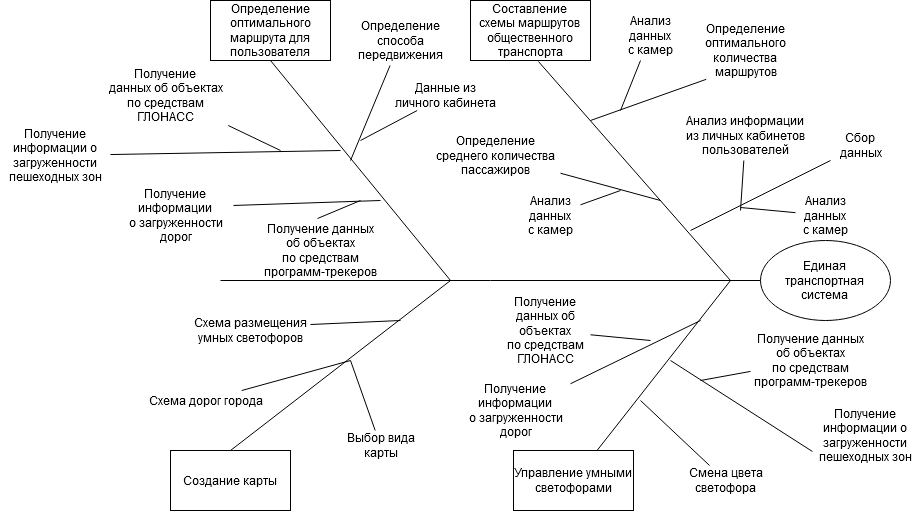
Nadezhda24/Transport-system keeps this draw.io diagram as Дерево_функций.png. Above is the earlier version. Source tidied: cells renumbered, new cells last; positions are measured from the earlier drawing's top-left corner, leaving out a move shared by most shapes. Its diagram source:
```xml
<mxGraphModel>
  <root>
    <mxCell id="0" />
    <mxCell id="1" parent="0" />
    <mxCell id="2" value="Единая &lt;br&gt;транспортная&lt;br&gt;система" style="ellipse;whiteSpace=wrap;html=1;" parent="1" vertex="1">
      <mxGeometry x="760" y="240" width="130" height="80" as="geometry" />
    </mxCell>
    <mxCell id="3" style="endArrow=none;html=1;entryX=0;entryY=0.5;entryDx=0;entryDy=0;" parent="1" edge="1" target="2">
      <mxGeometry relative="1" as="geometry">
        <mxPoint x="220" y="280" as="sourcePoint" />
      </mxGeometry>
    </mxCell>
    <mxCell id="4" value="Составление&lt;br&gt;схемы маршрутов &lt;br&gt;общественного транспорта" style="rounded=0;whiteSpace=wrap;html=1;" parent="1" vertex="1">
      <mxGeometry x="470" width="120" height="60" as="geometry" />
    </mxCell>
    <mxCell id="5" value="Определение оптимального маршрута для пользователя" style="rounded=0;whiteSpace=wrap;html=1;" parent="1" vertex="1">
      <mxGeometry x="210" width="120" height="60" as="geometry" />
    </mxCell>
    <mxCell id="6" value="Управление умными светофорами" style="rounded=0;whiteSpace=wrap;html=1;" parent="1" vertex="1">
      <mxGeometry x="513" y="450" width="120" height="60" as="geometry" />
    </mxCell>
    <mxCell id="7" value="Создание карты" style="rounded=0;whiteSpace=wrap;html=1;" parent="1" vertex="1">
      <mxGeometry x="170" y="450" width="120" height="60" as="geometry" />
    </mxCell>
    <mxCell id="8" style="endArrow=none;html=1;exitX=0.5;exitY=1;exitDx=0;exitDy=0;" parent="1" edge="1" source="5">
      <mxGeometry relative="1" as="geometry">
        <mxPoint x="450" y="280" as="targetPoint" />
      </mxGeometry>
    </mxCell>
    <mxCell id="9" style="endArrow=none;html=1;entryX=0.566;entryY=1.016;entryDx=0;entryDy=0;entryPerimeter=0;" parent="1" edge="1" target="4">
      <mxGeometry relative="1" as="geometry">
        <mxPoint x="730" y="280" as="sourcePoint" />
      </mxGeometry>
    </mxCell>
    <mxCell id="10" style="endArrow=none;html=1;" parent="1" edge="1" target="6">
      <mxGeometry relative="1" as="geometry">
        <mxPoint x="730" y="280" as="sourcePoint" />
      </mxGeometry>
    </mxCell>
    <mxCell id="11" style="endArrow=none;html=1;exitX=0.5;exitY=0;exitDx=0;exitDy=0;" parent="1" edge="1" source="7">
      <mxGeometry relative="1" as="geometry">
        <mxPoint x="450" y="280" as="targetPoint" />
      </mxGeometry>
    </mxCell>
    <mxCell id="12" value="Сбор &lt;br&gt;данных" style="text;html=1;align=center;verticalAlign=middle;points=[];" parent="1" vertex="1">
      <mxGeometry x="830" y="130" width="60" height="30" as="geometry" />
    </mxCell>
    <mxCell id="13" value="Определение &lt;br&gt;среднего количества&lt;br&gt; пассажиров" style="text;html=1;align=center;verticalAlign=middle;points=[];" parent="1" vertex="1">
      <mxGeometry x="430" y="130" width="130" height="50" as="geometry" />
    </mxCell>
    <mxCell id="14" value="Определение &lt;br&gt;оптимального&lt;br&gt;количества &lt;br&gt;маршрутов" style="text;html=1;align=center;verticalAlign=middle;points=[];" parent="1" vertex="1">
      <mxGeometry x="700" y="20" width="90" height="60" as="geometry" />
    </mxCell>
    <mxCell id="15" style="endArrow=none;html=1;entryX=0.064;entryY=0.98;entryDx=0;entryDy=0;entryPerimeter=0;" parent="1" edge="1" target="14">
      <mxGeometry relative="1" as="geometry">
        <mxPoint x="590" y="120" as="sourcePoint" />
      </mxGeometry>
    </mxCell>
    <mxCell id="16" style="endArrow=none;html=1;" parent="1" edge="1" target="12">
      <mxGeometry relative="1" as="geometry">
        <mxPoint x="690" y="230" as="sourcePoint" />
      </mxGeometry>
    </mxCell>
    <mxCell id="17" style="endArrow=none;html=1;" parent="1" edge="1" source="13">
      <mxGeometry relative="1" as="geometry">
        <mxPoint x="660" y="200" as="targetPoint" />
      </mxGeometry>
    </mxCell>
    <mxCell id="18" value="Анализ&lt;br&gt;данных&lt;br&gt;с камер" style="text;html=1;align=center;verticalAlign=middle;points=[];" parent="1" vertex="1">
      <mxGeometry x="795" y="190" width="60" height="50" as="geometry" />
    </mxCell>
    <mxCell id="19" value="Анализ информации&lt;br&gt;из личных кабинетов &lt;br&gt;пользователей" style="text;html=1;align=center;verticalAlign=middle;points=[];" parent="1" vertex="1">
      <mxGeometry x="680" y="110" width="130" height="50" as="geometry" />
    </mxCell>
    <mxCell id="20" style="endArrow=none;html=1;" parent="1" edge="1" target="19">
      <mxGeometry relative="1" as="geometry">
        <mxPoint x="740" y="210" as="sourcePoint" />
      </mxGeometry>
    </mxCell>
    <mxCell id="21" style="endArrow=none;html=1;" parent="1" edge="1" target="18">
      <mxGeometry relative="1" as="geometry">
        <mxPoint x="740" y="207" as="sourcePoint" />
      </mxGeometry>
    </mxCell>
    <mxCell id="22" value="Анализ&lt;br&gt;данных&lt;br&gt;с камер" style="text;html=1;align=center;verticalAlign=middle;points=[];" parent="1" vertex="1">
      <mxGeometry x="520" y="190" width="60" height="50" as="geometry" />
    </mxCell>
    <mxCell id="23" style="endArrow=none;html=1;" parent="1" edge="1" source="22">
      <mxGeometry relative="1" as="geometry">
        <mxPoint x="620" y="190" as="targetPoint" />
      </mxGeometry>
    </mxCell>
    <mxCell id="24" value="Анализ&lt;br&gt;данных&lt;br&gt;с камер" style="text;html=1;align=center;verticalAlign=middle;points=[];" parent="1" vertex="1">
      <mxGeometry x="620" y="10" width="60" height="50" as="geometry" />
    </mxCell>
    <mxCell id="25" style="endArrow=none;html=1;" parent="1" edge="1" target="24">
      <mxGeometry relative="1" as="geometry">
        <mxPoint x="620" y="110" as="sourcePoint" />
      </mxGeometry>
    </mxCell>
    <mxCell id="26" value="Получение&lt;br&gt; информации&lt;br&gt; о загруженности&lt;br&gt;дорог " style="text;html=1;align=center;verticalAlign=middle;points=[];" parent="1" vertex="1">
      <mxGeometry x="460" y="380" width="110" height="60" as="geometry" />
    </mxCell>
    <mxCell id="27" value="Получение&lt;br&gt; информации о &lt;br&gt;загруженности&lt;br&gt; пешеходных зон" style="text;html=1;align=center;verticalAlign=middle;points=[];" parent="1" vertex="1">
      <mxGeometry x="810" y="405" width="110" height="60" as="geometry" />
    </mxCell>
    <mxCell id="28" value="Смена цвета&lt;br&gt; светофора" style="text;html=1;align=center;verticalAlign=middle;points=[];" parent="1" vertex="1">
      <mxGeometry x="680" y="465" width="90" height="30" as="geometry" />
    </mxCell>
    <mxCell id="29" style="endArrow=none;html=1;" parent="1" edge="1" source="26">
      <mxGeometry relative="1" as="geometry">
        <mxPoint x="700" y="320" as="targetPoint" />
      </mxGeometry>
    </mxCell>
    <mxCell id="30" style="endArrow=none;html=1;entryX=0.018;entryY=0.767;entryDx=0;entryDy=0;entryPerimeter=0;" parent="1" edge="1" target="27">
      <mxGeometry relative="1" as="geometry">
        <mxPoint x="670" y="360" as="sourcePoint" />
      </mxGeometry>
    </mxCell>
    <mxCell id="31" style="endArrow=none;html=1;" parent="1" edge="1" target="28">
      <mxGeometry relative="1" as="geometry">
        <mxPoint x="640" y="400" as="sourcePoint" />
      </mxGeometry>
    </mxCell>
    <mxCell id="32" value="Получение&lt;br&gt;данных об &lt;br&gt;объектах&lt;br&gt;по средствам &lt;br&gt;ГЛОНАСС" style="text;html=1;align=center;verticalAlign=middle;points=[];" parent="1" vertex="1">
      <mxGeometry x="500" y="290" width="90" height="80" as="geometry" />
    </mxCell>
    <mxCell id="33" value="Получение данных&lt;br&gt;об объектах&lt;br&gt;по средствам &lt;br&gt;программ-трекеров" style="text;html=1;align=center;verticalAlign=middle;points=[];" parent="1" vertex="1">
      <mxGeometry x="750" y="330" width="120" height="60" as="geometry" />
    </mxCell>
    <mxCell id="34" style="endArrow=none;html=1;" parent="1" edge="1" source="32">
      <mxGeometry relative="1" as="geometry">
        <mxPoint x="650" y="340" as="targetPoint" />
      </mxGeometry>
    </mxCell>
    <mxCell id="35" style="endArrow=none;html=1;" parent="1" edge="1" target="33">
      <mxGeometry relative="1" as="geometry">
        <mxPoint x="700" y="380" as="sourcePoint" />
      </mxGeometry>
    </mxCell>
    <mxCell id="36" value="Определение&lt;br&gt;способа &lt;br&gt;передвижения" style="text;html=1;align=center;verticalAlign=middle;points=[];" parent="1" vertex="1">
      <mxGeometry x="350" y="15" width="100" height="50" as="geometry" />
    </mxCell>
    <mxCell id="37" value="Получение&lt;br&gt;данных об объектах&lt;br&gt;по средствам &lt;br&gt;ГЛОНАСС" style="text;html=1;align=center;verticalAlign=middle;points=[];" parent="1" vertex="1">
      <mxGeometry x="100" y="65" width="130" height="60" as="geometry" />
    </mxCell>
    <mxCell id="38" value="Получение данных&lt;br&gt;об объектах&lt;br&gt;по средствам &lt;br&gt;программ-трекеров" style="text;html=1;align=center;verticalAlign=middle;points=[];" parent="1" vertex="1">
      <mxGeometry x="260" y="220" width="120" height="60" as="geometry" />
    </mxCell>
    <mxCell id="39" value="Получение&lt;br&gt; информации&lt;br&gt; о загруженности&lt;br&gt;дорог " style="text;html=1;align=center;verticalAlign=middle;points=[];" parent="1" vertex="1">
      <mxGeometry x="120" y="185" width="110" height="60" as="geometry" />
    </mxCell>
    <mxCell id="40" value="Получение&lt;br&gt; информации о &lt;br&gt;загруженности&lt;br&gt; пешеходных зон" style="text;html=1;align=center;verticalAlign=middle;points=[];" parent="1" vertex="1">
      <mxGeometry y="125" width="110" height="60" as="geometry" />
    </mxCell>
    <mxCell id="41" style="endArrow=none;html=1;" parent="1" edge="1" source="40">
      <mxGeometry relative="1" as="geometry">
        <mxPoint x="340" y="150" as="targetPoint" />
      </mxGeometry>
    </mxCell>
    <mxCell id="42" style="endArrow=none;html=1;" parent="1" edge="1" target="36">
      <mxGeometry relative="1" as="geometry">
        <mxPoint x="350" y="160" as="sourcePoint" />
      </mxGeometry>
    </mxCell>
    <mxCell id="43" value="Данные из &lt;br&gt;личного кабинета" style="text;html=1;align=center;verticalAlign=middle;points=[];" parent="1" vertex="1">
      <mxGeometry x="390" y="80" width="110" height="30" as="geometry" />
    </mxCell>
    <mxCell id="44" style="endArrow=none;html=1;" parent="1" edge="1" target="43">
      <mxGeometry relative="1" as="geometry">
        <mxPoint x="360" y="140" as="sourcePoint" />
      </mxGeometry>
    </mxCell>
    <mxCell id="45" style="endArrow=none;html=1;" parent="1" edge="1" source="37">
      <mxGeometry relative="1" as="geometry">
        <mxPoint x="280" y="150" as="targetPoint" />
      </mxGeometry>
    </mxCell>
    <mxCell id="46" style="endArrow=none;html=1;exitX=1.027;exitY=0.333;exitDx=0;exitDy=0;exitPerimeter=0;" parent="1" edge="1" source="39">
      <mxGeometry relative="1" as="geometry">
        <mxPoint x="380" y="200" as="targetPoint" />
      </mxGeometry>
    </mxCell>
    <mxCell id="47" style="endArrow=none;html=1;entryX=0.475;entryY=-0.033;entryDx=0;entryDy=0;entryPerimeter=0;" parent="1" edge="1" target="38">
      <mxGeometry relative="1" as="geometry">
        <mxPoint x="360" y="200" as="sourcePoint" />
      </mxGeometry>
    </mxCell>
    <mxCell id="48" value="Схема дорог города" style="text;html=1;align=center;verticalAlign=middle;points=[];" parent="1" vertex="1">
      <mxGeometry x="140" y="390" width="130" height="20" as="geometry" />
    </mxCell>
    <mxCell id="49" value="Схема размещения&lt;br&gt;умных светофоров" style="text;html=1;align=center;verticalAlign=middle;points=[];" parent="1" vertex="1">
      <mxGeometry x="190" y="315" width="120" height="30" as="geometry" />
    </mxCell>
    <mxCell id="50" value="Выбор вида&lt;br&gt; карты" style="text;html=1;align=center;verticalAlign=middle;points=[];" parent="1" vertex="1">
      <mxGeometry x="340" y="430" width="80" height="30" as="geometry" />
    </mxCell>
    <mxCell id="51" style="endArrow=none;html=1;exitX=1;exitY=0.3;exitDx=0;exitDy=0;exitPerimeter=0;" parent="1" edge="1" source="49">
      <mxGeometry relative="1" as="geometry">
        <mxPoint x="400" y="320" as="targetPoint" />
      </mxGeometry>
    </mxCell>
    <mxCell id="52" style="endArrow=none;html=1;" parent="1" edge="1" source="48">
      <mxGeometry relative="1" as="geometry">
        <mxPoint x="350" y="360" as="targetPoint" />
      </mxGeometry>
    </mxCell>
    <mxCell id="53" style="endArrow=none;html=1;" parent="1" edge="1" source="50">
      <mxGeometry relative="1" as="geometry">
        <mxPoint x="350" y="360" as="targetPoint" />
      </mxGeometry>
    </mxCell>
  </root>
</mxGraphModel>
```
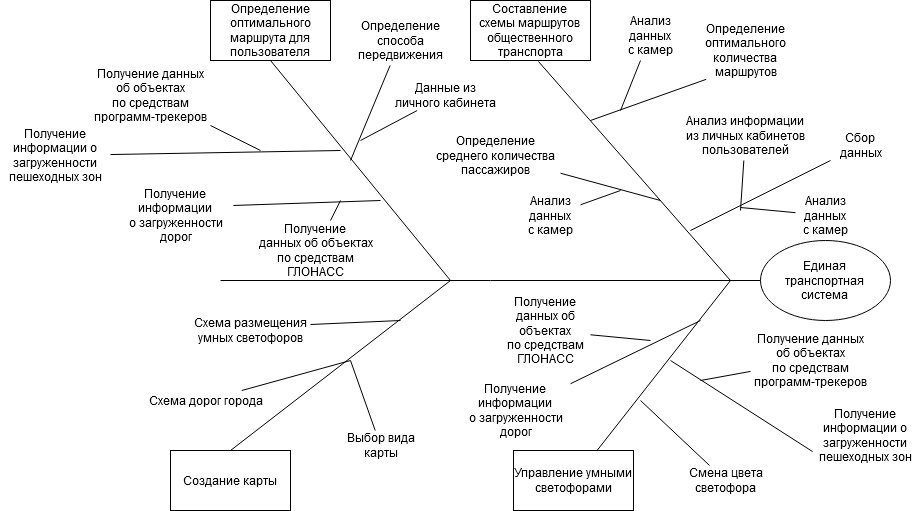
After the commit.

The edit, as a diff of the source:
```diff
@@ -142,10 +142,10 @@
       <mxGeometry x="350" y="15" width="100" height="50" as="geometry" />
     </mxCell>
     <mxCell id="37" value="Получение&lt;br&gt;данных об объектах&lt;br&gt;по средствам &lt;br&gt;ГЛОНАСС" style="text;html=1;align=center;verticalAlign=middle;points=[];" parent="1" vertex="1">
-      <mxGeometry x="100" y="65" width="130" height="60" as="geometry" />
+      <mxGeometry x="250" y="220" width="130" height="60" as="geometry" />
     </mxCell>
     <mxCell id="38" value="Получение данных&lt;br&gt;об объектах&lt;br&gt;по средствам &lt;br&gt;программ-трекеров" style="text;html=1;align=center;verticalAlign=middle;points=[];" parent="1" vertex="1">
-      <mxGeometry x="260" y="220" width="120" height="60" as="geometry" />
+      <mxGeometry x="90" y="65" width="120" height="60" as="geometry" />
     </mxCell>
     <mxCell id="39" value="Получение&lt;br&gt; информации&lt;br&gt; о загруженности&lt;br&gt;дорог " style="text;html=1;align=center;verticalAlign=middle;points=[];" parent="1" vertex="1">
       <mxGeometry x="120" y="185" width="110" height="60" as="geometry" />
@@ -171,21 +171,11 @@
         <mxPoint x="360" y="140" as="sourcePoint" />
       </mxGeometry>
     </mxCell>
-    <mxCell id="45" style="endArrow=none;html=1;" parent="1" edge="1" source="37">
-      <mxGeometry relative="1" as="geometry">
-        <mxPoint x="280" y="150" as="targetPoint" />
-      </mxGeometry>
-    </mxCell>
     <mxCell id="46" style="endArrow=none;html=1;exitX=1.027;exitY=0.333;exitDx=0;exitDy=0;exitPerimeter=0;" parent="1" edge="1" source="39">
       <mxGeometry relative="1" as="geometry">
         <mxPoint x="380" y="200" as="targetPoint" />
       </mxGeometry>
     </mxCell>
-    <mxCell id="47" style="endArrow=none;html=1;entryX=0.475;entryY=-0.033;entryDx=0;entryDy=0;entryPerimeter=0;" parent="1" edge="1" target="38">
-      <mxGeometry relative="1" as="geometry">
-        <mxPoint x="360" y="200" as="sourcePoint" />
-      </mxGeometry>
-    </mxCell>
     <mxCell id="48" value="Схема дорог города" style="text;html=1;align=center;verticalAlign=middle;points=[];" parent="1" vertex="1">
       <mxGeometry x="140" y="390" width="130" height="20" as="geometry" />
     </mxCell>
@@ -210,5 +200,15 @@
         <mxPoint x="350" y="360" as="targetPoint" />
       </mxGeometry>
     </mxCell>
+    <mxCell id="54" style="endArrow=none;html=1;" parent="1" edge="1" source="38">
+      <mxGeometry relative="1" as="geometry">
+        <mxPoint x="260" y="150" as="targetPoint" />
+      </mxGeometry>
+    </mxCell>
+    <mxCell id="55" style="endArrow=none;html=1;" parent="1" edge="1" source="37">
+      <mxGeometry relative="1" as="geometry">
+        <mxPoint x="340" y="200" as="targetPoint" />
+      </mxGeometry>
+    </mxCell>
   </root>
 </mxGraphModel>
```
